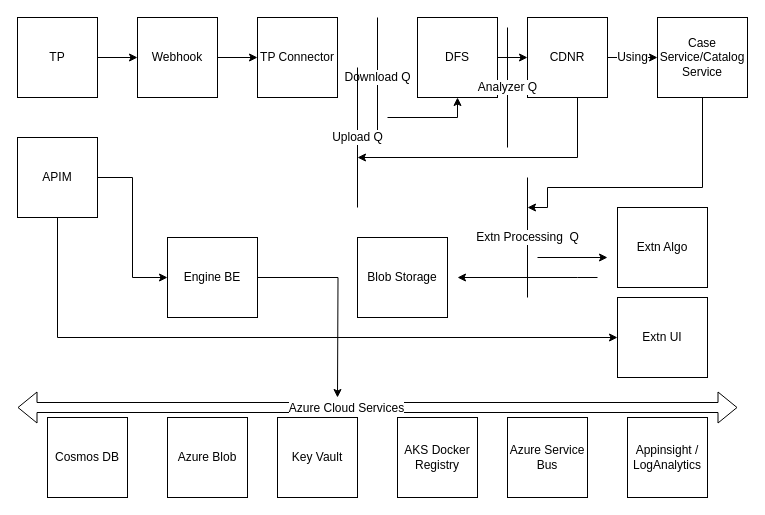
bikramsinha4u/Diagrams keeps this draw.io diagram as page "ProjectArch" (3 of 3) of Untitled Diagram.drawio. Above is the earlier version. Source tidied: cells renumbered, new cells numbered last; positions are measured from the earlier drawing's top-left corner, leaving out a move shared by most shapes. Both pictures are drawn from the tidied source at 100%, with x=0, y=0 at pixel (17, 17).
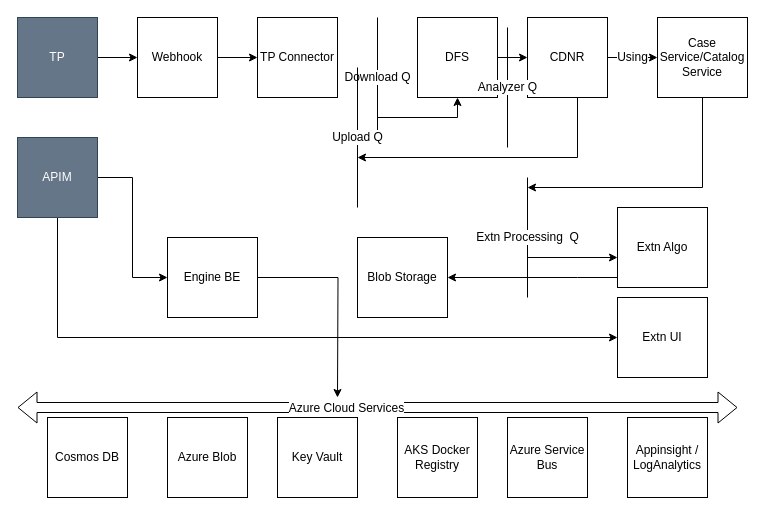
After the change.

The change refers to these unchanged cells:
```xml
<mxCell id="10" value="DFS" style="rounded=0;whiteSpace=wrap;html=1;fontSize=12;fontColor=#000000;" parent="1" vertex="1">
  <mxGeometry x="400" width="80" height="80" as="geometry" />
</mxCell>
<mxCell id="15" value="Case Service/Catalog Service" style="rounded=0;whiteSpace=wrap;html=1;fontSize=12;fontColor=#000000;" parent="1" vertex="1">
  <mxGeometry x="640" width="90" height="80" as="geometry" />
</mxCell>
<mxCell id="16" value="Extn Algo" style="rounded=0;whiteSpace=wrap;html=1;fontSize=12;fontColor=#000000;" parent="1" vertex="1">
  <mxGeometry x="600" y="190" width="90" height="80" as="geometry" />
</mxCell>
<mxCell id="32" value="Blob Storage" style="rounded=0;whiteSpace=wrap;html=1;fontSize=12;fontColor=#000000;" parent="1" vertex="1">
  <mxGeometry x="340" y="220" width="90" height="80" as="geometry" />
</mxCell>
```

What changed in the source:
```diff
@@
-    <mxCell id="3" value="TP" style="rounded=0;whiteSpace=wrap;html=1;fontSize=12;fontColor=#000000;" parent="1" vertex="1">
+    <mxCell id="3" value="TP" style="rounded=0;whiteSpace=wrap;html=1;fontSize=12;fontColor=#ffffff;fillColor=#647687;strokeColor=#314354;" parent="1" vertex="1">
       <mxGeometry width="80" height="80" as="geometry" />
     </mxCell>
@@
     <mxCell id="7" style="edgeStyle=orthogonalEdgeStyle;rounded=0;jettySize=auto;html=1;fontSize=12;fontColor=#000000;" parent="1" edge="1" target="10">
       <mxGeometry relative="1" as="geometry">
-        <mxPoint x="370" y="100" as="sourcePoint" />
+        <mxPoint x="360" y="100" as="sourcePoint" />
         <Array as="points">
           <mxPoint x="440" y="100" />
         </Array>
       </mxGeometry>
     </mxCell>
@@
     <mxCell id="14" style="edgeStyle=orthogonalEdgeStyle;rounded=0;jettySize=auto;html=1;exitX=0.5;exitY=1;exitDx=0;exitDy=0;fontSize=12;fontColor=#000000;" parent="1" edge="1" source="15">
       <mxGeometry relative="1" as="geometry">
-        <mxPoint x="510" y="190" as="targetPoint" />
+        <mxPoint x="510" y="170" as="targetPoint" />
         <Array as="points">
           <mxPoint x="685" y="170" />
-          <mxPoint x="530" y="170" />
-          <mxPoint x="530" y="190" />
         </Array>
       </mxGeometry>
     </mxCell>
@@
-    <mxCell id="19" value="APIM" style="rounded=0;whiteSpace=wrap;html=1;fontSize=12;fontColor=#000000;" parent="1" vertex="1">
+    <mxCell id="19" value="APIM" style="rounded=0;whiteSpace=wrap;html=1;fontSize=12;fontColor=#ffffff;fillColor=#647687;strokeColor=#314354;" parent="1" vertex="1">
       <mxGeometry y="120" width="80" height="80" as="geometry" />
     </mxCell>
@@
-    <mxCell id="23" style="endArrow=classic;html=1;rounded=0;fontSize=12;fontColor=#000000;entryX=-0.111;entryY=0.625;entryDx=0;entryDy=0;entryPerimeter=0;" parent="1" edge="1" target="16">
+    <mxCell id="23" style="endArrow=classic;html=1;rounded=0;fontSize=12;fontColor=#000000;" parent="1" edge="1">
       <mxGeometry relative="1" as="geometry">
-        <mxPoint x="520" y="240" as="sourcePoint" />
+        <mxPoint x="510" y="240" as="sourcePoint" />
+        <mxPoint x="600" y="240" as="targetPoint" />
       </mxGeometry>
     </mxCell>
@@
-    <mxCell id="31" style="endArrow=classic;html=1;rounded=0;fontSize=12;fontColor=#000000;" parent="1" edge="1">
+    <mxCell id="31" style="endArrow=classic;html=1;rounded=0;fontSize=12;fontColor=#000000;exitX=0;exitY=0.875;exitDx=0;exitDy=0;exitPerimeter=0;entryX=1;entryY=0.5;entryDx=0;entryDy=0;" parent="1" edge="1" source="16" target="32">
       <mxGeometry relative="1" as="geometry">
-        <mxPoint x="580" y="260" as="sourcePoint" />
-        <mxPoint x="440" y="260" as="targetPoint" />
         <Array as="points">
           <mxPoint x="560" y="260" />
         </Array>
       </mxGeometry>
     </mxCell>
```
